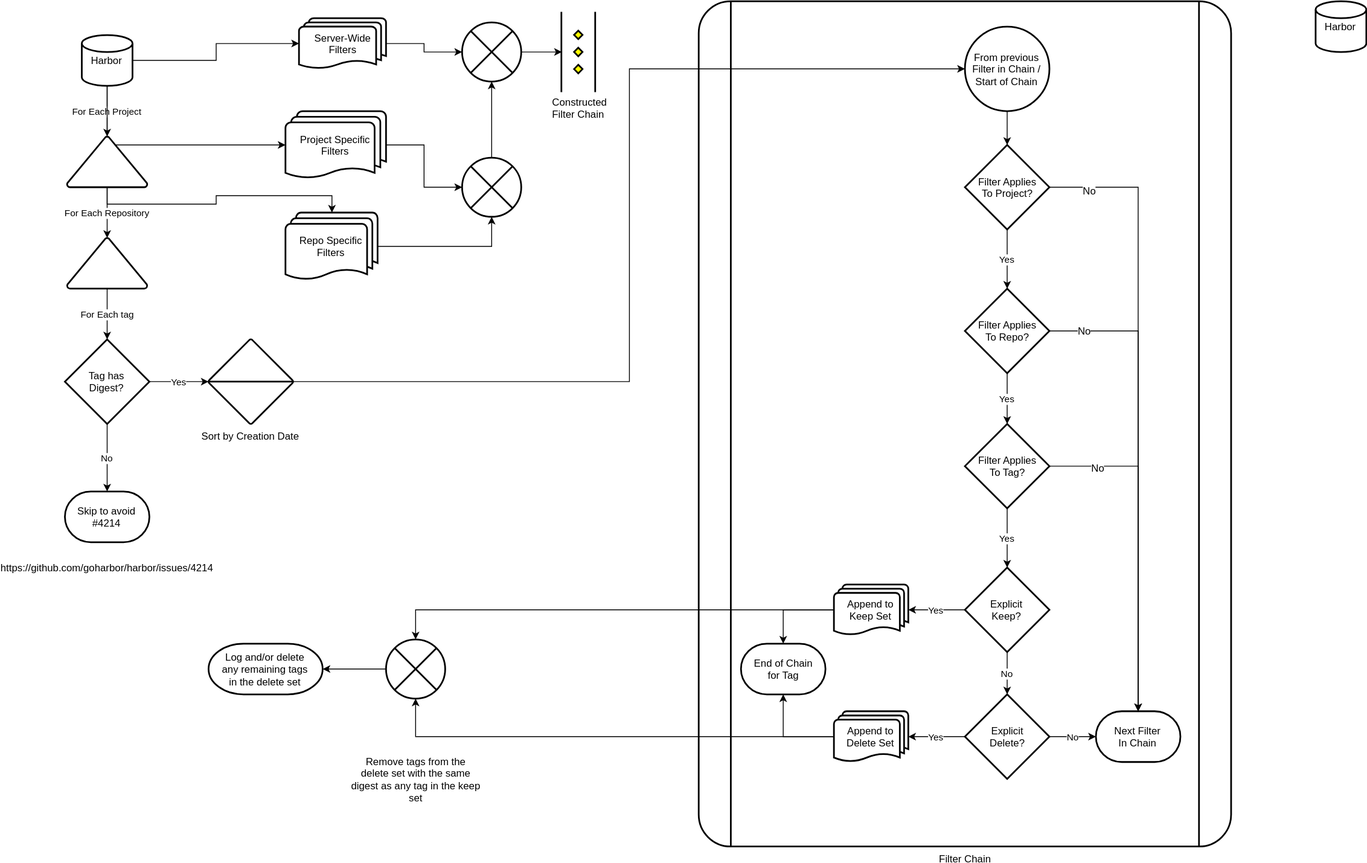
Before: process.svg, a diagram exported from draw.io (nlowe/harbor-tag-retention-proposal). Source tidied: cells renumbered, new cells last; positions are measured from the earlier drawing's top-left corner, leaving out a move shared by most shapes.
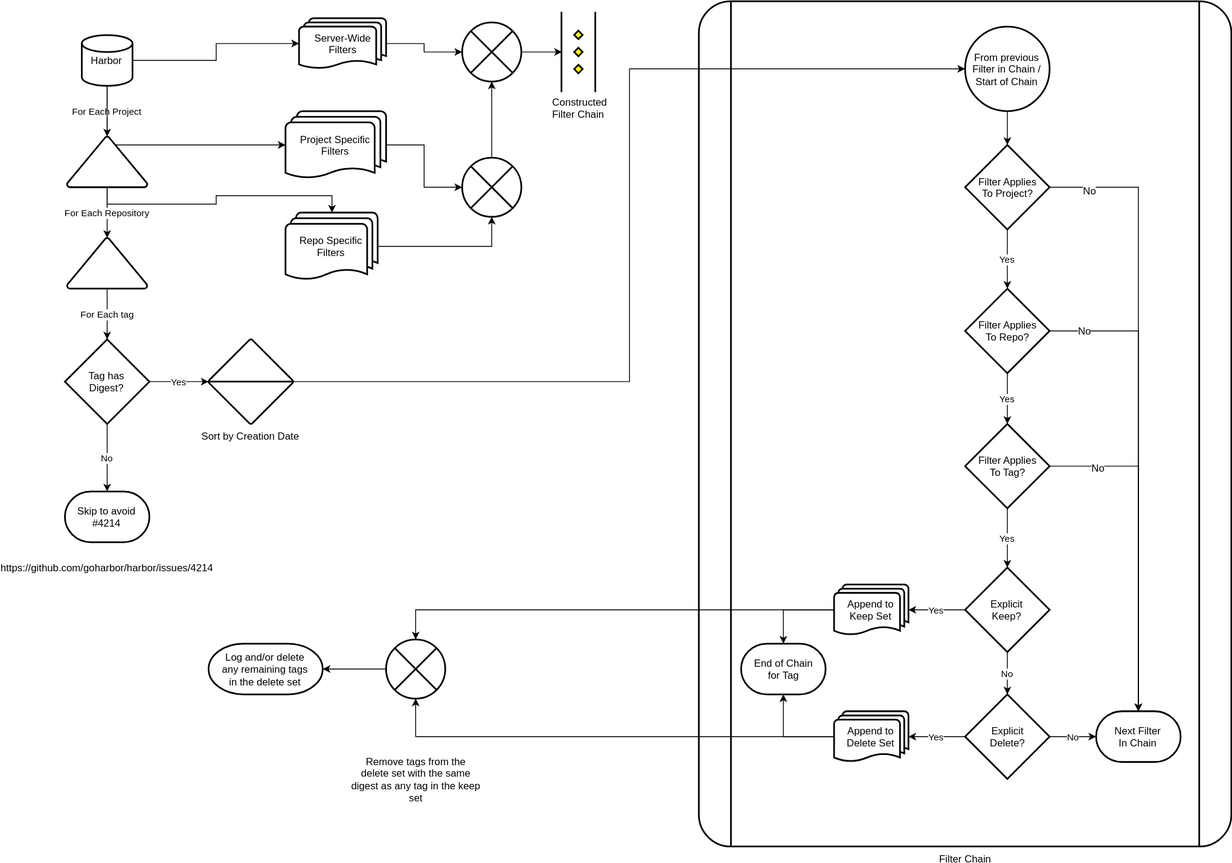
Above is the later version.

Commit message:
Correct diagram

Diff of the diagram source:
```diff
@@ -149,9 +149,6 @@
     <mxCell id="50" value="Log and/or delete&lt;br&gt;any remaining tags&lt;br&gt;in the delete set" style="strokeWidth=2;html=1;shape=mxgraph.flowchart.terminator;whiteSpace=wrap;" parent="1" vertex="1">
       <mxGeometry x="170" y="760" width="135" height="60" as="geometry" />
     </mxCell>
-    <mxCell id="51" value="Harbor" style="strokeWidth=2;html=1;shape=mxgraph.flowchart.database;whiteSpace=wrap;" parent="1" vertex="1">
-      <mxGeometry x="1480" width="60" height="60" as="geometry" />
-    </mxCell>
     <mxCell id="52" style="edgeStyle=orthogonalEdgeStyle;rounded=0;html=1;exitX=1;exitY=0.5;exitPerimeter=0;entryX=0.5;entryY=1;entryPerimeter=0;jettySize=auto;" parent="1" edge="1" source="53" target="59">
       <mxGeometry relative="1" as="geometry" />
     </mxCell>
```
